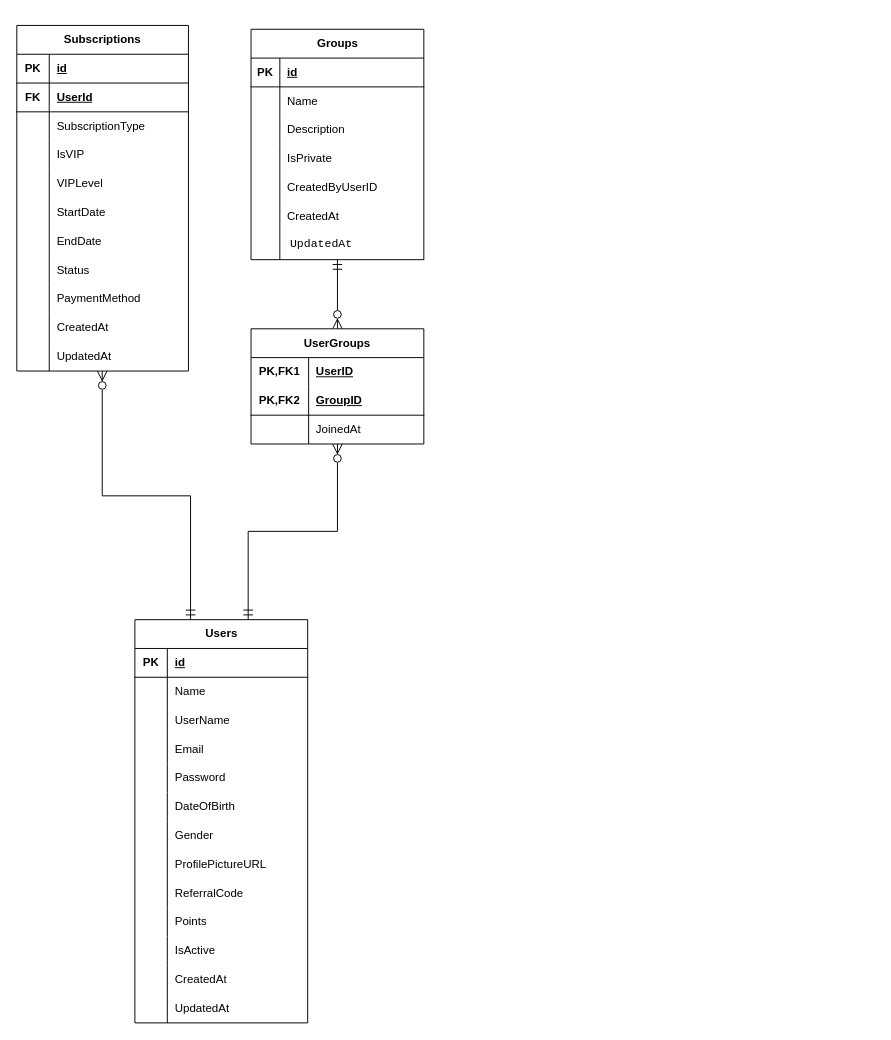
This is Diagrama sem nome.drawio from DevSolto/GymTribe, a draw.io file, before an edit. Source tidied: cells renumbered, new cells numbered last; positions are measured from the earlier drawing's top-left corner, leaving out a move shared by most shapes. Both pictures are drawn from the tidied source at 96%, with x=0, y=0 at pixel (16, 25).
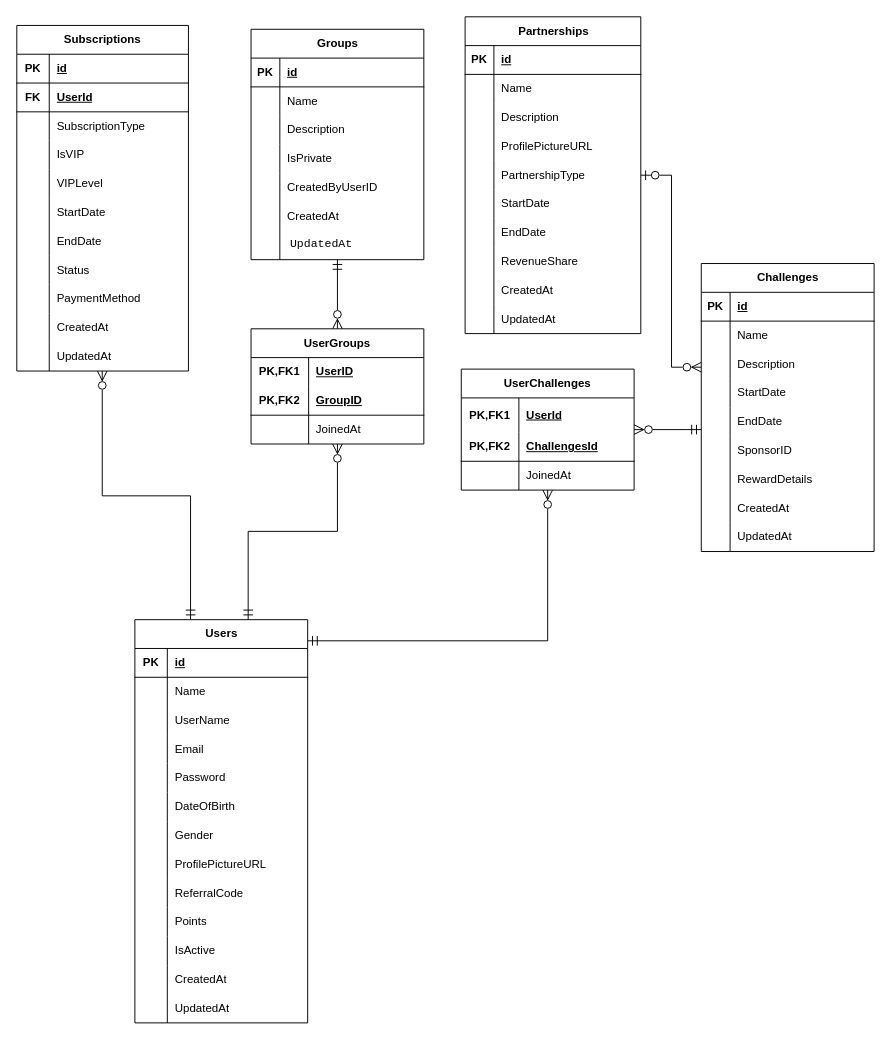
After the change.

The change refers to these unchanged cells:
```xml
<mxCell id="3" value="Users" style="shape=table;startSize=30;childLayout=tableLayout;rowLines=0;fontStyle=1;align=center;html=1;" parent="1" vertex="1">
  <mxGeometry x="123" y="619" width="180" height="420" as="geometry" />
</mxCell>
```

Diff of the diagram source:
```diff
@@
+    <mxCell id="111" style="edgeStyle=orthogonalEdgeStyle;rounded=0;jettySize=auto;html=1;fontSize=12;startSize=8;endSize=8;endArrow=ERzeroToMany;endFill=0;startArrow=ERmandOne;startFill=0;" parent="1" edge="1" source="3" target="173">
+      <mxGeometry relative="1" as="geometry">
+        <Array as="points">
+          <mxPoint x="553" y="641" />
+        </Array>
+      </mxGeometry>
+    </mxCell>
@@
+    <mxCell id="112" value="Partnerships " style="shape=table;startSize=30;childLayout=tableLayout;rowLines=0;fontStyle=1;align=center;html=1;" parent="1" vertex="1">
+      <mxGeometry x="467" y="-9" width="183" height="330" as="geometry" />
+    </mxCell>
+    <mxCell id="113" style="shape=tableRow;horizontal=0;startSize=0;swimlaneHead=0;swimlaneBody=0;fillColor=none;top=0;left=0;right=0;bottom=1;" parent="112" vertex="1">
+      <mxGeometry y="30" width="183" height="30" as="geometry" />
+    </mxCell>
+    <mxCell id="114" value="PK" style="shape=partialRectangle;fillColor=none;top=0;left=0;bottom=0;right=0;fontStyle=1;overflow=hidden;whiteSpace=wrap;html=1;" parent="113" vertex="1">
+      <mxGeometry width="30" height="30" as="geometry" />
+    </mxCell>
+    <mxCell id="115" value="id" style="shape=partialRectangle;fillColor=none;top=0;left=0;bottom=0;right=0;align=left;spacingLeft=6;fontStyle=5;overflow=hidden;whiteSpace=wrap;html=1;" parent="113" vertex="1">
+      <mxGeometry x="30" width="153" height="30" as="geometry" />
+    </mxCell>
+    <mxCell id="116" style="shape=tableRow;horizontal=0;startSize=0;swimlaneHead=0;swimlaneBody=0;fillColor=none;top=0;left=0;right=0;bottom=0;" parent="112" vertex="1">
+      <mxGeometry y="60" width="183" height="30" as="geometry" />
+    </mxCell>
+    <mxCell id="117" style="shape=partialRectangle;fillColor=none;top=0;left=0;bottom=0;right=0;overflow=hidden;whiteSpace=wrap;html=1;" parent="116" vertex="1">
+      <mxGeometry width="30" height="30" as="geometry" />
+    </mxCell>
+    <mxCell id="118" value="Name" style="shape=partialRectangle;fillColor=none;top=0;left=0;bottom=0;right=0;align=left;spacingLeft=6;overflow=hidden;whiteSpace=wrap;html=1;" parent="116" vertex="1">
+      <mxGeometry x="30" width="153" height="30" as="geometry" />
+    </mxCell>
+    <mxCell id="119" style="shape=tableRow;horizontal=0;startSize=0;swimlaneHead=0;swimlaneBody=0;fillColor=none;top=0;left=0;right=0;bottom=0;" parent="112" vertex="1">
+      <mxGeometry y="90" width="183" height="30" as="geometry" />
+    </mxCell>
+    <mxCell id="120" style="shape=partialRectangle;fillColor=none;top=0;left=0;bottom=0;right=0;overflow=hidden;whiteSpace=wrap;html=1;" parent="119" vertex="1">
+      <mxGeometry width="30" height="30" as="geometry" />
+    </mxCell>
+    <mxCell id="121" value="Description" style="shape=partialRectangle;fillColor=none;top=0;left=0;bottom=0;right=0;align=left;spacingLeft=6;overflow=hidden;whiteSpace=wrap;html=1;" parent="119" vertex="1">
+      <mxGeometry x="30" width="153" height="30" as="geometry" />
+    </mxCell>
+    <mxCell id="122" style="shape=tableRow;horizontal=0;startSize=0;swimlaneHead=0;swimlaneBody=0;fillColor=none;top=0;left=0;right=0;bottom=0;" parent="112" vertex="1">
+      <mxGeometry y="120" width="183" height="30" as="geometry" />
+    </mxCell>
+    <mxCell id="123" style="shape=partialRectangle;fillColor=none;top=0;left=0;bottom=0;right=0;overflow=hidden;whiteSpace=wrap;html=1;" parent="122" vertex="1">
+      <mxGeometry width="30" height="30" as="geometry" />
+    </mxCell>
+    <mxCell id="124" value="ProfilePictureURL" style="shape=partialRectangle;fillColor=none;top=0;left=0;bottom=0;right=0;align=left;spacingLeft=6;overflow=hidden;whiteSpace=wrap;html=1;" parent="122" vertex="1">
+      <mxGeometry x="30" width="153" height="30" as="geometry" />
+    </mxCell>
+    <mxCell id="125" style="shape=tableRow;horizontal=0;startSize=0;swimlaneHead=0;swimlaneBody=0;fillColor=none;top=0;left=0;right=0;bottom=0;" parent="112" vertex="1">
+      <mxGeometry y="150" width="183" height="30" as="geometry" />
+    </mxCell>
+    <mxCell id="126" style="shape=partialRectangle;fillColor=none;top=0;left=0;bottom=0;right=0;overflow=hidden;whiteSpace=wrap;html=1;" parent="125" vertex="1">
+      <mxGeometry width="30" height="30" as="geometry" />
+    </mxCell>
+    <mxCell id="127" value="PartnershipType" style="shape=partialRectangle;fillColor=none;top=0;left=0;bottom=0;right=0;align=left;spacingLeft=6;overflow=hidden;whiteSpace=wrap;html=1;" parent="125" vertex="1">
+      <mxGeometry x="30" width="153" height="30" as="geometry" />
+    </mxCell>
+    <mxCell id="128" style="shape=tableRow;horizontal=0;startSize=0;swimlaneHead=0;swimlaneBody=0;fillColor=none;top=0;left=0;right=0;bottom=0;" parent="112" vertex="1">
+      <mxGeometry y="180" width="183" height="30" as="geometry" />
+    </mxCell>
+    <mxCell id="129" style="shape=partialRectangle;fillColor=none;top=0;left=0;bottom=0;right=0;overflow=hidden;whiteSpace=wrap;html=1;" parent="128" vertex="1">
+      <mxGeometry width="30" height="30" as="geometry" />
+    </mxCell>
+    <mxCell id="130" value="StartDate" style="shape=partialRectangle;fillColor=none;top=0;left=0;bottom=0;right=0;align=left;spacingLeft=6;overflow=hidden;whiteSpace=wrap;html=1;" parent="128" vertex="1">
+      <mxGeometry x="30" width="153" height="30" as="geometry" />
+    </mxCell>
+    <mxCell id="131" style="shape=tableRow;horizontal=0;startSize=0;swimlaneHead=0;swimlaneBody=0;fillColor=none;top=0;left=0;right=0;bottom=0;" parent="112" vertex="1">
+      <mxGeometry y="210" width="183" height="30" as="geometry" />
+    </mxCell>
+    <mxCell id="132" style="shape=partialRectangle;fillColor=none;top=0;left=0;bottom=0;right=0;overflow=hidden;whiteSpace=wrap;html=1;" parent="131" vertex="1">
+      <mxGeometry width="30" height="30" as="geometry" />
+    </mxCell>
+    <mxCell id="133" value="EndDate" style="shape=partialRectangle;fillColor=none;top=0;left=0;bottom=0;right=0;align=left;spacingLeft=6;overflow=hidden;whiteSpace=wrap;html=1;" parent="131" vertex="1">
+      <mxGeometry x="30" width="153" height="30" as="geometry" />
+    </mxCell>
+    <mxCell id="134" style="shape=tableRow;horizontal=0;startSize=0;swimlaneHead=0;swimlaneBody=0;fillColor=none;top=0;left=0;right=0;bottom=0;" parent="112" vertex="1">
+      <mxGeometry y="240" width="183" height="30" as="geometry" />
+    </mxCell>
+    <mxCell id="135" style="shape=partialRectangle;fillColor=none;top=0;left=0;bottom=0;right=0;overflow=hidden;whiteSpace=wrap;html=1;" parent="134" vertex="1">
+      <mxGeometry width="30" height="30" as="geometry" />
+    </mxCell>
+    <mxCell id="136" value="RevenueShare" style="shape=partialRectangle;fillColor=none;top=0;left=0;bottom=0;right=0;align=left;spacingLeft=6;overflow=hidden;whiteSpace=wrap;html=1;" parent="134" vertex="1">
+      <mxGeometry x="30" width="153" height="30" as="geometry" />
+    </mxCell>
+    <mxCell id="137" style="shape=tableRow;horizontal=0;startSize=0;swimlaneHead=0;swimlaneBody=0;fillColor=none;top=0;left=0;right=0;bottom=0;" parent="112" vertex="1">
+      <mxGeometry y="270" width="183" height="30" as="geometry" />
+    </mxCell>
+    <mxCell id="138" style="shape=partialRectangle;fillColor=none;top=0;left=0;bottom=0;right=0;overflow=hidden;whiteSpace=wrap;html=1;" parent="137" vertex="1">
+      <mxGeometry width="30" height="30" as="geometry" />
+    </mxCell>
+    <mxCell id="139" value="CreatedAt" style="shape=partialRectangle;fillColor=none;top=0;left=0;bottom=0;right=0;align=left;spacingLeft=6;overflow=hidden;whiteSpace=wrap;html=1;" parent="137" vertex="1">
+      <mxGeometry x="30" width="153" height="30" as="geometry" />
+    </mxCell>
+    <mxCell id="140" style="shape=tableRow;horizontal=0;startSize=0;swimlaneHead=0;swimlaneBody=0;fillColor=none;top=0;left=0;right=0;bottom=0;" parent="112" vertex="1">
+      <mxGeometry y="300" width="183" height="30" as="geometry" />
+    </mxCell>
+    <mxCell id="141" style="shape=partialRectangle;fillColor=none;top=0;left=0;bottom=0;right=0;overflow=hidden;whiteSpace=wrap;html=1;" parent="140" vertex="1">
+      <mxGeometry width="30" height="30" as="geometry" />
+    </mxCell>
+    <mxCell id="142" value="UpdatedAt" style="shape=partialRectangle;fillColor=none;top=0;left=0;bottom=0;right=0;align=left;spacingLeft=6;overflow=hidden;whiteSpace=wrap;html=1;" parent="140" vertex="1">
+      <mxGeometry x="30" width="153" height="30" as="geometry" />
+    </mxCell>
+    <mxCell id="143" style="edgeStyle=orthogonalEdgeStyle;rounded=0;jettySize=auto;html=1;fontSize=12;startSize=8;endSize=8;endArrow=ERzeroToOne;endFill=0;startArrow=ERzeroToMany;startFill=0;" parent="1" edge="1" source="145" target="112">
+      <mxGeometry relative="1" as="geometry">
+        <Array as="points">
+          <mxPoint x="682" y="356" />
+          <mxPoint x="682" y="156" />
+        </Array>
+      </mxGeometry>
+    </mxCell>
+    <mxCell id="144" style="edgeStyle=orthogonalEdgeStyle;rounded=0;jettySize=auto;html=1;fontSize=12;startSize=8;endSize=8;endArrow=ERzeroToMany;endFill=0;startArrow=ERmandOne;startFill=0;" parent="1" edge="1" source="145" target="173">
+      <mxGeometry relative="1" as="geometry">
+        <Array as="points">
+          <mxPoint x="698" y="421" />
+          <mxPoint x="698" y="421" />
+        </Array>
+      </mxGeometry>
+    </mxCell>
+    <mxCell id="145" value="Challenges " style="shape=table;startSize=30;childLayout=tableLayout;rowLines=0;fontStyle=1;align=center;html=1;" parent="1" vertex="1">
+      <mxGeometry x="713" y="248" width="180" height="300" as="geometry" />
+    </mxCell>
+    <mxCell id="146" style="shape=tableRow;horizontal=0;startSize=0;swimlaneHead=0;swimlaneBody=0;fillColor=none;top=0;left=0;right=0;bottom=1;" parent="145" vertex="1">
+      <mxGeometry y="30" width="180" height="30" as="geometry" />
+    </mxCell>
+    <mxCell id="147" value="PK" style="shape=partialRectangle;fillColor=none;top=0;left=0;bottom=0;right=0;fontStyle=1;overflow=hidden;whiteSpace=wrap;html=1;" parent="146" vertex="1">
+      <mxGeometry width="30" height="30" as="geometry" />
+    </mxCell>
+    <mxCell id="148" value="id" style="shape=partialRectangle;fillColor=none;top=0;left=0;bottom=0;right=0;align=left;spacingLeft=6;fontStyle=5;overflow=hidden;whiteSpace=wrap;html=1;" parent="146" vertex="1">
+      <mxGeometry x="30" width="150" height="30" as="geometry" />
+    </mxCell>
+    <mxCell id="149" style="shape=tableRow;horizontal=0;startSize=0;swimlaneHead=0;swimlaneBody=0;fillColor=none;top=0;left=0;right=0;bottom=0;" parent="145" vertex="1">
+      <mxGeometry y="60" width="180" height="30" as="geometry" />
+    </mxCell>
+    <mxCell id="150" style="shape=partialRectangle;fillColor=none;top=0;left=0;bottom=0;right=0;overflow=hidden;whiteSpace=wrap;html=1;" parent="149" vertex="1">
+      <mxGeometry width="30" height="30" as="geometry" />
+    </mxCell>
+    <mxCell id="151" value="Name" style="shape=partialRectangle;fillColor=none;top=0;left=0;bottom=0;right=0;align=left;spacingLeft=6;overflow=hidden;whiteSpace=wrap;html=1;" parent="149" vertex="1">
+      <mxGeometry x="30" width="150" height="30" as="geometry" />
+    </mxCell>
+    <mxCell id="152" style="shape=tableRow;horizontal=0;startSize=0;swimlaneHead=0;swimlaneBody=0;fillColor=none;top=0;left=0;right=0;bottom=0;" parent="145" vertex="1">
+      <mxGeometry y="90" width="180" height="30" as="geometry" />
+    </mxCell>
+    <mxCell id="153" style="shape=partialRectangle;fillColor=none;top=0;left=0;bottom=0;right=0;overflow=hidden;whiteSpace=wrap;html=1;" parent="152" vertex="1">
+      <mxGeometry width="30" height="30" as="geometry" />
+    </mxCell>
+    <mxCell id="154" value="Description" style="shape=partialRectangle;fillColor=none;top=0;left=0;bottom=0;right=0;align=left;spacingLeft=6;overflow=hidden;whiteSpace=wrap;html=1;" parent="152" vertex="1">
+      <mxGeometry x="30" width="150" height="30" as="geometry" />
+    </mxCell>
+    <mxCell id="155" style="shape=tableRow;horizontal=0;startSize=0;swimlaneHead=0;swimlaneBody=0;fillColor=none;top=0;left=0;right=0;bottom=0;" parent="145" vertex="1">
+      <mxGeometry y="120" width="180" height="30" as="geometry" />
+    </mxCell>
+    <mxCell id="156" style="shape=partialRectangle;fillColor=none;top=0;left=0;bottom=0;right=0;overflow=hidden;whiteSpace=wrap;html=1;" parent="155" vertex="1">
+      <mxGeometry width="30" height="30" as="geometry" />
+    </mxCell>
+    <mxCell id="157" value="StartDate" style="shape=partialRectangle;fillColor=none;top=0;left=0;bottom=0;right=0;align=left;spacingLeft=6;overflow=hidden;whiteSpace=wrap;html=1;" parent="155" vertex="1">
+      <mxGeometry x="30" width="150" height="30" as="geometry" />
+    </mxCell>
+    <mxCell id="158" style="shape=tableRow;horizontal=0;startSize=0;swimlaneHead=0;swimlaneBody=0;fillColor=none;top=0;left=0;right=0;bottom=0;" parent="145" vertex="1">
+      <mxGeometry y="150" width="180" height="30" as="geometry" />
+    </mxCell>
+    <mxCell id="159" style="shape=partialRectangle;fillColor=none;top=0;left=0;bottom=0;right=0;overflow=hidden;whiteSpace=wrap;html=1;" parent="158" vertex="1">
+      <mxGeometry width="30" height="30" as="geometry" />
+    </mxCell>
+    <mxCell id="160" value="EndDate" style="shape=partialRectangle;fillColor=none;top=0;left=0;bottom=0;right=0;align=left;spacingLeft=6;overflow=hidden;whiteSpace=wrap;html=1;" parent="158" vertex="1">
+      <mxGeometry x="30" width="150" height="30" as="geometry" />
+    </mxCell>
+    <mxCell id="161" style="shape=tableRow;horizontal=0;startSize=0;swimlaneHead=0;swimlaneBody=0;fillColor=none;top=0;left=0;right=0;bottom=0;" parent="145" vertex="1">
+      <mxGeometry y="180" width="180" height="30" as="geometry" />
+    </mxCell>
+    <mxCell id="162" style="shape=partialRectangle;fillColor=none;top=0;left=0;bottom=0;right=0;overflow=hidden;whiteSpace=wrap;html=1;" parent="161" vertex="1">
+      <mxGeometry width="30" height="30" as="geometry" />
+    </mxCell>
+    <mxCell id="163" value="SponsorID" style="shape=partialRectangle;fillColor=none;top=0;left=0;bottom=0;right=0;align=left;spacingLeft=6;overflow=hidden;whiteSpace=wrap;html=1;" parent="161" vertex="1">
+      <mxGeometry x="30" width="150" height="30" as="geometry" />
+    </mxCell>
+    <mxCell id="164" style="shape=tableRow;horizontal=0;startSize=0;swimlaneHead=0;swimlaneBody=0;fillColor=none;top=0;left=0;right=0;bottom=0;" parent="145" vertex="1">
+      <mxGeometry y="210" width="180" height="30" as="geometry" />
+    </mxCell>
+    <mxCell id="165" style="shape=partialRectangle;fillColor=none;top=0;left=0;bottom=0;right=0;overflow=hidden;whiteSpace=wrap;html=1;" parent="164" vertex="1">
+      <mxGeometry width="30" height="30" as="geometry" />
+    </mxCell>
+    <mxCell id="166" value="RewardDetails" style="shape=partialRectangle;fillColor=none;top=0;left=0;bottom=0;right=0;align=left;spacingLeft=6;overflow=hidden;whiteSpace=wrap;html=1;" parent="164" vertex="1">
+      <mxGeometry x="30" width="150" height="30" as="geometry" />
+    </mxCell>
+    <mxCell id="167" style="shape=tableRow;horizontal=0;startSize=0;swimlaneHead=0;swimlaneBody=0;fillColor=none;top=0;left=0;right=0;bottom=0;" parent="145" vertex="1">
+      <mxGeometry y="240" width="180" height="30" as="geometry" />
+    </mxCell>
+    <mxCell id="168" style="shape=partialRectangle;fillColor=none;top=0;left=0;bottom=0;right=0;overflow=hidden;whiteSpace=wrap;html=1;" parent="167" vertex="1">
+      <mxGeometry width="30" height="30" as="geometry" />
+    </mxCell>
+    <mxCell id="169" value="CreatedAt" style="shape=partialRectangle;fillColor=none;top=0;left=0;bottom=0;right=0;align=left;spacingLeft=6;overflow=hidden;whiteSpace=wrap;html=1;" parent="167" vertex="1">
+      <mxGeometry x="30" width="150" height="30" as="geometry" />
+    </mxCell>
+    <mxCell id="170" style="shape=tableRow;horizontal=0;startSize=0;swimlaneHead=0;swimlaneBody=0;fillColor=none;top=0;left=0;right=0;bottom=0;" parent="145" vertex="1">
+      <mxGeometry y="270" width="180" height="30" as="geometry" />
+    </mxCell>
+    <mxCell id="171" style="shape=partialRectangle;fillColor=none;top=0;left=0;bottom=0;right=0;overflow=hidden;whiteSpace=wrap;html=1;" parent="170" vertex="1">
+      <mxGeometry width="30" height="30" as="geometry" />
+    </mxCell>
+    <mxCell id="172" value="UpdatedAt" style="shape=partialRectangle;fillColor=none;top=0;left=0;bottom=0;right=0;align=left;spacingLeft=6;overflow=hidden;whiteSpace=wrap;html=1;" parent="170" vertex="1">
+      <mxGeometry x="30" width="150" height="30" as="geometry" />
+    </mxCell>
+    <mxCell id="173" value="UserChallenges" style="shape=table;startSize=30;childLayout=tableLayout;rowLines=0;fontStyle=1;align=center;html=1;whiteSpace=wrap;" parent="1" vertex="1">
+      <mxGeometry x="463" y="358" width="180" height="126" as="geometry" />
+    </mxCell>
+    <mxCell id="174" style="shape=tableRow;horizontal=0;startSize=0;swimlaneHead=0;swimlaneBody=0;fillColor=none;top=0;left=0;right=0;bottom=0;html=1;" parent="173" vertex="1">
+      <mxGeometry y="30" width="180" height="36" as="geometry" />
+    </mxCell>
+    <mxCell id="175" value="PK,FK1" style="shape=partialRectangle;fillColor=none;top=0;left=0;bottom=0;right=0;fontStyle=1;overflow=hidden;html=1;whiteSpace=wrap;" parent="174" vertex="1">
+      <mxGeometry width="60" height="36" as="geometry" />
+    </mxCell>
+    <mxCell id="176" value="UserId" style="shape=partialRectangle;fillColor=none;top=0;left=0;bottom=0;right=0;align=left;spacingLeft=6;fontStyle=5;overflow=hidden;html=1;whiteSpace=wrap;" parent="174" vertex="1">
+      <mxGeometry x="60" width="120" height="36" as="geometry" />
+    </mxCell>
+    <mxCell id="177" style="shape=tableRow;horizontal=0;startSize=0;swimlaneHead=0;swimlaneBody=0;fillColor=none;top=0;left=0;right=0;bottom=1;html=1;" parent="173" vertex="1">
+      <mxGeometry y="66" width="180" height="30" as="geometry" />
+    </mxCell>
+    <mxCell id="178" value="PK,FK2" style="shape=partialRectangle;fillColor=none;top=0;left=0;bottom=0;right=0;fontStyle=1;overflow=hidden;html=1;whiteSpace=wrap;" parent="177" vertex="1">
+      <mxGeometry width="60" height="30" as="geometry" />
+    </mxCell>
+    <mxCell id="179" value="ChallengesId" style="shape=partialRectangle;fillColor=none;top=0;left=0;bottom=0;right=0;align=left;spacingLeft=6;fontStyle=5;overflow=hidden;html=1;whiteSpace=wrap;" parent="177" vertex="1">
+      <mxGeometry x="60" width="120" height="30" as="geometry" />
+    </mxCell>
+    <mxCell id="180" style="shape=tableRow;horizontal=0;startSize=0;swimlaneHead=0;swimlaneBody=0;fillColor=none;top=0;left=0;right=0;bottom=0;html=1;" parent="173" vertex="1">
+      <mxGeometry y="96" width="180" height="30" as="geometry" />
+    </mxCell>
+    <mxCell id="181" style="shape=partialRectangle;fillColor=none;top=0;left=0;bottom=0;right=0;overflow=hidden;html=1;whiteSpace=wrap;" parent="180" vertex="1">
+      <mxGeometry width="60" height="30" as="geometry" />
+    </mxCell>
+    <mxCell id="182" value="JoinedAt" style="shape=partialRectangle;fillColor=none;top=0;left=0;bottom=0;right=0;align=left;spacingLeft=6;overflow=hidden;html=1;whiteSpace=wrap;" parent="180" vertex="1">
+      <mxGeometry x="60" width="120" height="30" as="geometry" />
+    </mxCell>
```
